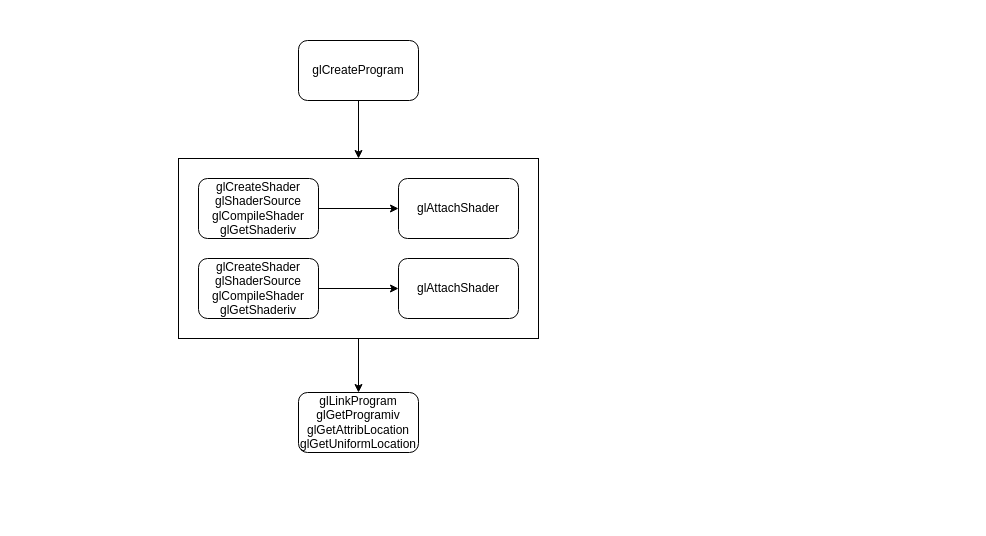
This is opengl/drawio/opengl es.drawio from zy3274311/zy3274311.github.io, a draw.io file, before an edit. Source tidied: cells renumbered, new cells numbered last; positions are measured from the earlier drawing's top-left corner, leaving out a move shared by most shapes. Both pictures are drawn from the tidied source at 100%, with x=0, y=0 at pixel (178, 40).
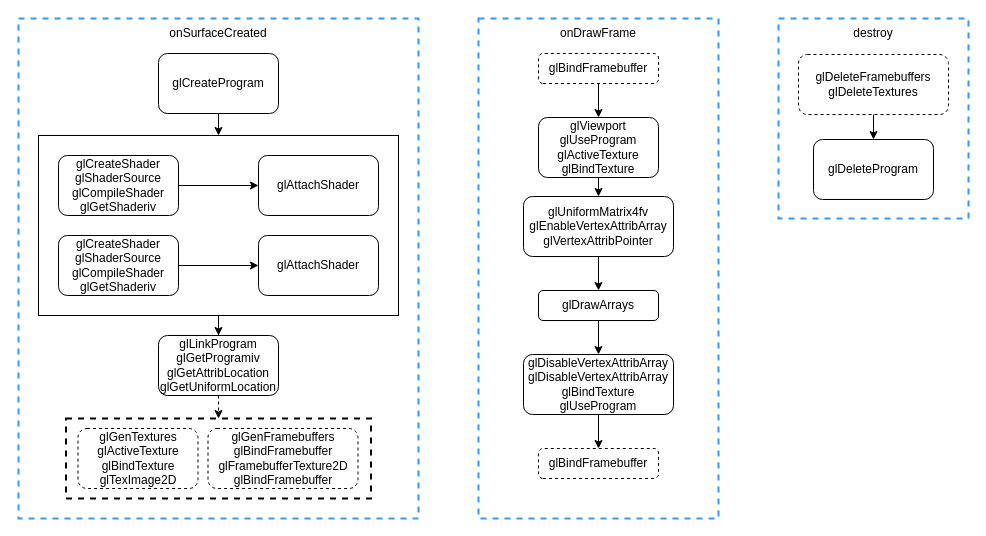
Above is the later version.

Diff of the diagram source:
```diff
@@
-    <mxCell id="2" style="edgeStyle=orthogonalEdgeStyle;rounded=0;jettySize=auto;html=1;" parent="1" edge="1" source="3" target="9">
-      <mxGeometry relative="1" as="geometry" />
-    </mxCell>
+    <mxCell id="13" style="group;" parent="1" vertex="1">
+      <mxGeometry x="300" y="-22" width="240" height="500" as="geometry" />
+    </mxCell>
+    <mxCell id="14" value="glBindFramebuffer" style="rounded=1;whiteSpace=wrap;html=1;strokeColor=#000000;strokeWidth=1;fillColor=default;dashed=1;flipV=1;" parent="13" vertex="1">
+      <mxGeometry x="60" y="35" width="120" height="30" as="geometry" />
+    </mxCell>
+    <mxCell id="15" value="glBindFramebuffer" style="rounded=1;whiteSpace=wrap;html=1;strokeColor=#000000;strokeWidth=1;fillColor=default;dashed=1;flipV=1;" parent="13" vertex="1">
+      <mxGeometry x="60" y="430" width="120" height="30" as="geometry" />
+    </mxCell>
+    <mxCell id="16" value="&lt;div&gt;glViewport&lt;/div&gt;&lt;div&gt;glUseProgram&lt;/div&gt;&lt;div&gt;glActiveTexture&lt;/div&gt;&lt;div&gt;glBindTexture&lt;/div&gt;" style="whiteSpace=wrap;html=1;rounded=1;flipV=1;" parent="13" vertex="1">
+      <mxGeometry x="60" y="99" width="120" height="60" as="geometry" />
+    </mxCell>
+    <mxCell id="17" style="edgeStyle=orthogonalEdgeStyle;rounded=0;jettySize=auto;html=1;exitX=0.5;exitY=1;exitDx=0;exitDy=0;entryX=0.5;entryY=0;entryDx=0;entryDy=0;strokeWidth=1;" parent="13" edge="1" source="14" target="16">
+      <mxGeometry relative="1" as="geometry" />
+    </mxCell>
+    <mxCell id="18" value="&lt;div&gt;glUniformMatrix4fv&lt;/div&gt;&lt;div&gt;glEnableVertexAttribArray&lt;/div&gt;&lt;div&gt;glVertexAttribPointer&lt;/div&gt;" style="whiteSpace=wrap;html=1;rounded=1;flipV=1;" parent="13" vertex="1">
+      <mxGeometry x="45" y="178" width="150" height="60" as="geometry" />
+    </mxCell>
+    <mxCell id="19" style="edgeStyle=orthogonalEdgeStyle;rounded=0;jettySize=auto;html=1;exitX=0.5;exitY=1;exitDx=0;exitDy=0;entryX=0.5;entryY=0;entryDx=0;entryDy=0;strokeWidth=1;" parent="13" edge="1" source="16" target="18">
+      <mxGeometry relative="1" as="geometry" />
+    </mxCell>
+    <mxCell id="20" value="glDrawArrays" style="whiteSpace=wrap;html=1;rounded=1;flipV=1;" parent="13" vertex="1">
+      <mxGeometry x="60" y="272" width="120" height="30" as="geometry" />
+    </mxCell>
+    <mxCell id="21" style="edgeStyle=orthogonalEdgeStyle;rounded=0;jettySize=auto;html=1;exitX=0.5;exitY=1;exitDx=0;exitDy=0;entryX=0.5;entryY=0;entryDx=0;entryDy=0;strokeWidth=1;" parent="13" edge="1" source="18" target="20">
+      <mxGeometry relative="1" as="geometry" />
+    </mxCell>
+    <mxCell id="22" style="edgeStyle=orthogonalEdgeStyle;rounded=0;jettySize=auto;html=1;strokeWidth=1;" parent="13" edge="1" source="23" target="15">
+      <mxGeometry relative="1" as="geometry" />
+    </mxCell>
+    <mxCell id="23" value="&lt;div&gt;glDisableVertexAttribArray&lt;/div&gt;&lt;div&gt;glDisableVertexAttribArray&lt;/div&gt;&lt;div&gt;glBindTexture&lt;/div&gt;&lt;div&gt;glUseProgram&lt;/div&gt;" style="whiteSpace=wrap;html=1;rounded=1;flipV=1;" parent="13" vertex="1">
+      <mxGeometry x="45" y="336" width="150" height="60" as="geometry" />
+    </mxCell>
+    <mxCell id="24" style="edgeStyle=orthogonalEdgeStyle;rounded=0;jettySize=auto;html=1;exitX=0.5;exitY=1;exitDx=0;exitDy=0;entryX=0.5;entryY=0;entryDx=0;entryDy=0;strokeWidth=1;" parent="13" edge="1" source="20" target="23">
+      <mxGeometry relative="1" as="geometry" />
+    </mxCell>
+    <mxCell id="25" style="rounded=0;whiteSpace=wrap;html=1;dashed=1;strokeColor=#3399FF;strokeWidth=2;fillColor=none;" parent="13" vertex="1">
+      <mxGeometry width="240" height="500" as="geometry" />
+    </mxCell>
+    <mxCell id="26" value="onDrawFrame" style="text;html=1;strokeColor=none;fillColor=none;align=center;verticalAlign=middle;whiteSpace=wrap;rounded=0;dashed=1;" parent="13" vertex="1">
+      <mxGeometry x="90" width="60" height="30" as="geometry" />
+    </mxCell>
+    <mxCell id="27" style="group;" parent="1" vertex="1">
+      <mxGeometry x="600" y="-22" width="190" height="200" as="geometry" />
+    </mxCell>
+    <mxCell id="28" style="rounded=0;whiteSpace=wrap;html=1;strokeColor=#3399FF;strokeWidth=2;fillColor=none;dashed=1;" parent="27" vertex="1">
+      <mxGeometry width="190" height="200" as="geometry" />
+    </mxCell>
+    <mxCell id="29" value="&lt;div&gt;glDeleteFramebuffers&lt;/div&gt;&lt;div&gt;glDeleteTextures&lt;/div&gt;" style="rounded=1;whiteSpace=wrap;html=1;dashed=1;strokeColor=#000000;strokeWidth=1;fillColor=none;" parent="27" vertex="1">
+      <mxGeometry x="20" y="36" width="150" height="60" as="geometry" />
+    </mxCell>
+    <mxCell id="30" value="glDeleteProgram" style="rounded=1;whiteSpace=wrap;html=1;strokeColor=#000000;strokeWidth=1;fillColor=none;" parent="27" vertex="1">
+      <mxGeometry x="35" y="121" width="120" height="60" as="geometry" />
+    </mxCell>
+    <mxCell id="31" style="edgeStyle=orthogonalEdgeStyle;rounded=0;jettySize=auto;html=1;strokeWidth=1;" parent="27" edge="1" source="29" target="30">
+      <mxGeometry relative="1" as="geometry" />
+    </mxCell>
+    <mxCell id="32" value="destroy" style="text;html=1;strokeColor=none;fillColor=none;align=center;verticalAlign=middle;whiteSpace=wrap;rounded=0;dashed=1;" parent="27" vertex="1">
+      <mxGeometry x="65" width="60" height="30" as="geometry" />
+    </mxCell>
+    <mxCell id="33" style="group;" parent="1" vertex="1">
+      <mxGeometry x="-160" y="-22" width="400" height="500" as="geometry" />
+    </mxCell>
+    <mxCell id="34" style="rounded=0;whiteSpace=wrap;html=1;fillColor=none;strokeColor=#3399FF;dashed=1;strokeWidth=2;" parent="33" vertex="1">
+      <mxGeometry width="400" height="500" as="geometry" />
+    </mxCell>
+    <mxCell id="35" style="rounded=0;whiteSpace=wrap;html=1;dashed=1;strokeColor=#000000;strokeWidth=2;fillColor=none;" parent="33" vertex="1">
+      <mxGeometry x="47.5" y="400" width="305" height="80" as="geometry" />
+    </mxCell>
-    <mxCell id="3" style="rounded=0;whiteSpace=wrap;html=1;fillColor=none;" parent="1" vertex="1">
-      <mxGeometry y="118" width="360" height="180" as="geometry" />
+    <mxCell id="3" style="rounded=0;whiteSpace=wrap;html=1;fillColor=none;" parent="33" vertex="1">
+      <mxGeometry x="20" y="117" width="360" height="180" as="geometry" />
     </mxCell>
-    <mxCell id="4" style="edgeStyle=orthogonalEdgeStyle;rounded=0;jettySize=auto;html=1;" parent="1" edge="1" source="5" target="6">
-      <mxGeometry relative="1" as="geometry" />
-    </mxCell>
-    <mxCell id="5" value="&lt;div&gt;glCreateShader&lt;/div&gt;&lt;div&gt;glShaderSource&lt;/div&gt;&lt;div&gt;glCompileShader&lt;/div&gt;&lt;div&gt;glGetShaderiv&lt;/div&gt;" style="rounded=1;whiteSpace=wrap;html=1;" parent="1" vertex="1">
-      <mxGeometry x="20" y="138" width="120" height="60" as="geometry" />
+    <mxCell id="5" value="&lt;div&gt;glCreateShader&lt;/div&gt;&lt;div&gt;glShaderSource&lt;/div&gt;&lt;div&gt;glCompileShader&lt;/div&gt;&lt;div&gt;glGetShaderiv&lt;/div&gt;" style="rounded=1;whiteSpace=wrap;html=1;" parent="33" vertex="1">
+      <mxGeometry x="40" y="137" width="120" height="60" as="geometry" />
     </mxCell>
-    <mxCell id="6" value="glAttachShader" style="whiteSpace=wrap;html=1;rounded=1;" parent="1" vertex="1">
-      <mxGeometry x="220" y="138" width="120" height="60" as="geometry" />
+    <mxCell id="6" value="glAttachShader" style="whiteSpace=wrap;html=1;rounded=1;" parent="33" vertex="1">
+      <mxGeometry x="240" y="137" width="120" height="60" as="geometry" />
     </mxCell>
+    <mxCell id="4" style="edgeStyle=orthogonalEdgeStyle;rounded=0;jettySize=auto;html=1;" parent="33" edge="1" source="5" target="6">
+      <mxGeometry relative="1" as="geometry" />
+    </mxCell>
-    <mxCell id="7" style="edgeStyle=orthogonalEdgeStyle;rounded=0;jettySize=auto;html=1;entryX=0.5;entryY=0;entryDx=0;entryDy=0;" parent="1" edge="1" source="8" target="3">
+    <mxCell id="7" style="edgeStyle=orthogonalEdgeStyle;rounded=0;jettySize=auto;html=1;entryX=0.5;entryY=0;entryDx=0;entryDy=0;" parent="33" edge="1" source="8" target="3">
       <mxGeometry relative="1" as="geometry" />
     </mxCell>
-    <mxCell id="8" value="glCreateProgram" style="whiteSpace=wrap;html=1;rounded=1;" parent="1" vertex="1">
-      <mxGeometry x="120" width="120" height="60" as="geometry" />
+    <mxCell id="8" value="glCreateProgram" style="whiteSpace=wrap;html=1;rounded=1;" parent="33" vertex="1">
+      <mxGeometry x="140" y="35" width="120" height="60" as="geometry" />
     </mxCell>
+    <mxCell id="36" style="edgeStyle=orthogonalEdgeStyle;rounded=0;jettySize=auto;html=1;exitX=0.5;exitY=1;exitDx=0;exitDy=0;entryX=0.5;entryY=0;entryDx=0;entryDy=0;dashed=1;strokeWidth=1;" parent="33" edge="1" source="9" target="35">
+      <mxGeometry relative="1" as="geometry" />
+    </mxCell>
-    <mxCell id="9" value="&lt;div&gt;glLinkProgram&lt;/div&gt;&lt;div&gt;glGetProgramiv&lt;/div&gt;&lt;div&gt;&lt;div&gt;glGetAttribLocation&lt;/div&gt;&lt;div&gt;glGetUniformLocation&lt;/div&gt;&lt;/div&gt;" style="whiteSpace=wrap;html=1;rounded=1;" parent="1" vertex="1">
-      <mxGeometry x="120" y="352" width="120" height="60" as="geometry" />
+    <mxCell id="9" value="&lt;div&gt;glLinkProgram&lt;/div&gt;&lt;div&gt;glGetProgramiv&lt;/div&gt;&lt;div&gt;&lt;div&gt;glGetAttribLocation&lt;/div&gt;&lt;div&gt;glGetUniformLocation&lt;/div&gt;&lt;/div&gt;" style="whiteSpace=wrap;html=1;rounded=1;" parent="33" vertex="1">
+      <mxGeometry x="140" y="317" width="120" height="60" as="geometry" />
     </mxCell>
-    <mxCell id="10" style="edgeStyle=orthogonalEdgeStyle;rounded=0;jettySize=auto;html=1;" parent="1" edge="1" source="11" target="12">
-      <mxGeometry relative="1" as="geometry" />
-    </mxCell>
+    <mxCell id="2" style="edgeStyle=orthogonalEdgeStyle;rounded=0;jettySize=auto;html=1;" parent="33" edge="1" source="3" target="9">
+      <mxGeometry relative="1" as="geometry" />
+    </mxCell>
-    <mxCell id="11" value="&lt;div&gt;glCreateShader&lt;/div&gt;&lt;div&gt;glShaderSource&lt;/div&gt;&lt;div&gt;glCompileShader&lt;/div&gt;&lt;div&gt;glGetShaderiv&lt;/div&gt;" style="rounded=1;whiteSpace=wrap;html=1;" parent="1" vertex="1">
-      <mxGeometry x="20" y="218" width="120" height="60" as="geometry" />
+    <mxCell id="11" value="&lt;div&gt;glCreateShader&lt;/div&gt;&lt;div&gt;glShaderSource&lt;/div&gt;&lt;div&gt;glCompileShader&lt;/div&gt;&lt;div&gt;glGetShaderiv&lt;/div&gt;" style="rounded=1;whiteSpace=wrap;html=1;" parent="33" vertex="1">
+      <mxGeometry x="40" y="217" width="120" height="60" as="geometry" />
     </mxCell>
-    <mxCell id="12" value="glAttachShader" style="whiteSpace=wrap;html=1;rounded=1;" parent="1" vertex="1">
-      <mxGeometry x="220" y="218" width="120" height="60" as="geometry" />
+    <mxCell id="12" value="glAttachShader" style="whiteSpace=wrap;html=1;rounded=1;" parent="33" vertex="1">
+      <mxGeometry x="240" y="217" width="120" height="60" as="geometry" />
     </mxCell>
+    <mxCell id="10" style="edgeStyle=orthogonalEdgeStyle;rounded=0;jettySize=auto;html=1;" parent="33" edge="1" source="11" target="12">
+      <mxGeometry relative="1" as="geometry" />
+    </mxCell>
+    <mxCell id="37" value="onSurfaceCreated" style="text;html=1;strokeColor=none;fillColor=none;align=center;verticalAlign=middle;whiteSpace=wrap;rounded=0;dashed=1;" parent="33" vertex="1">
+      <mxGeometry x="170" width="60" height="30" as="geometry" />
+    </mxCell>
+    <mxCell id="38" value="&lt;div&gt;glGenTextures&lt;/div&gt;&lt;div&gt;glActiveTexture&lt;/div&gt;&lt;div&gt;glBindTexture&lt;/div&gt;&lt;div&gt;glTexImage2D&lt;/div&gt;" style="whiteSpace=wrap;html=1;rounded=1;dashed=1;" parent="33" vertex="1">
+      <mxGeometry x="59.5" y="410" width="120" height="60" as="geometry" />
+    </mxCell>
+    <mxCell id="39" value="&lt;div&gt;glGenFramebuffers&lt;/div&gt;&lt;div&gt;glBindFramebuffer&lt;/div&gt;&lt;div&gt;glFramebufferTexture2D&lt;/div&gt;&lt;div&gt;glBindFramebuffer&lt;/div&gt;" style="whiteSpace=wrap;html=1;rounded=1;dashed=1;" parent="33" vertex="1">
+      <mxGeometry x="189.5" y="410" width="150" height="60" as="geometry" />
+    </mxCell>
```
